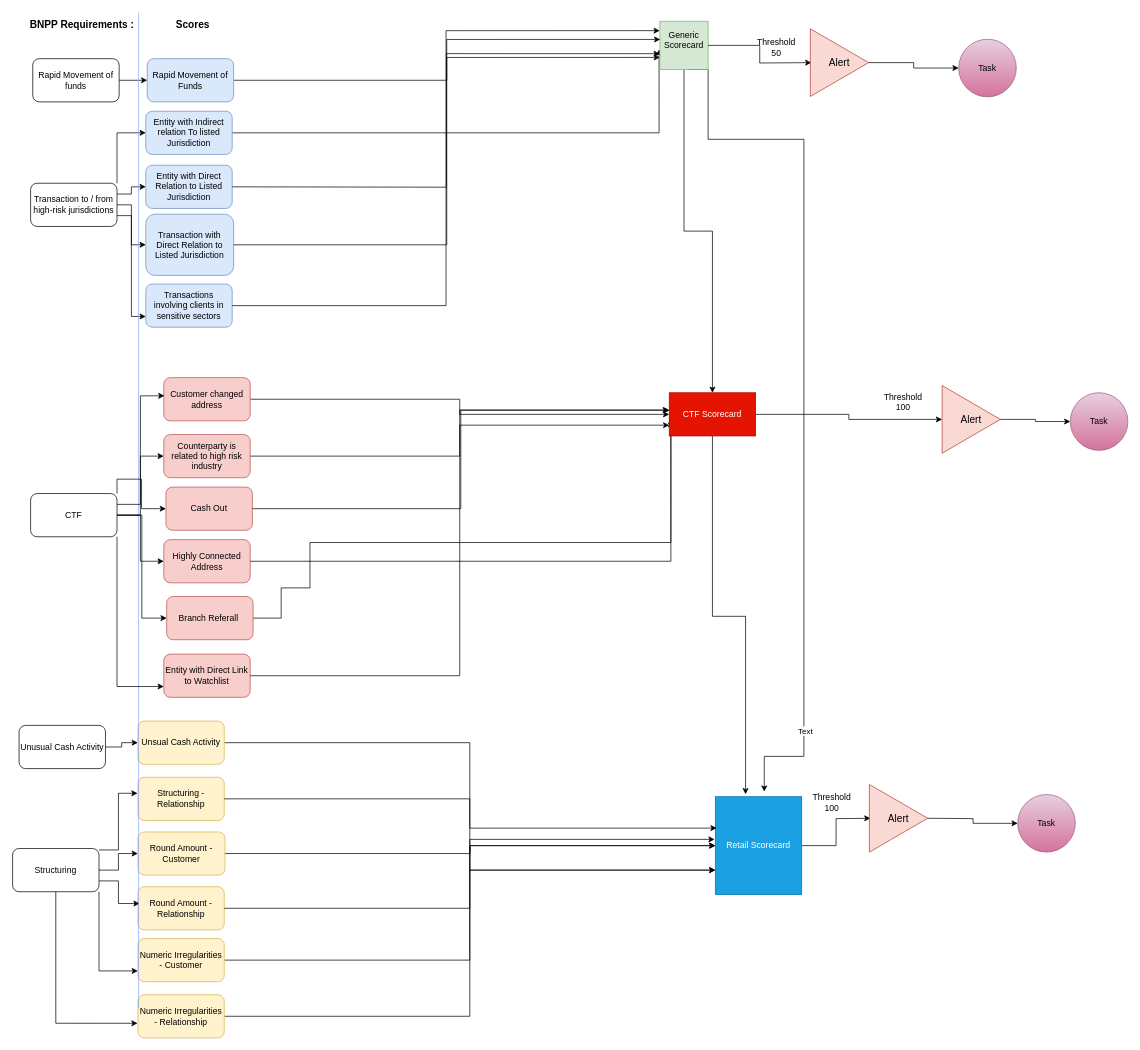
q-jonathanzenouda/Customers keeps this draw.io diagram as Retail Scorecard.drawio. Above is the earlier version. Source tidied: cells renumbered, new cells numbered last; positions are measured from the earlier drawing's top-left corner, leaving out a move shared by most shapes. Both pictures are drawn from the tidied source at 72%, with x=0, y=0 at pixel (12, 12).
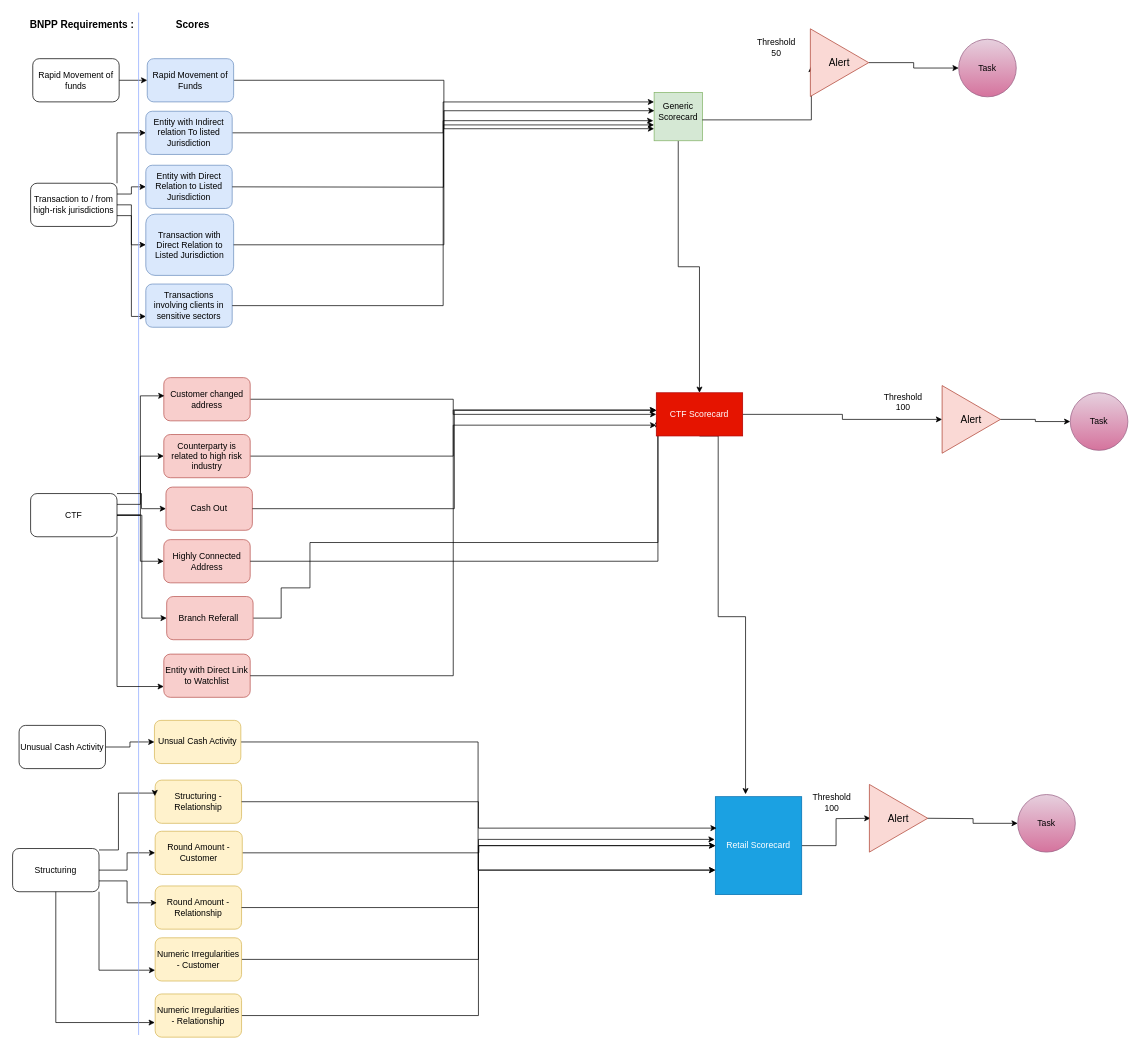
Above is the later version.

Commit message:
Mettre à jour Retail Scorecard.drawio

Unchanged cells that the change refers to:
```xml
<mxCell id="42" value="Retail Scorecard" style="rounded=0;whiteSpace=wrap;html=1;fillColor=#1ba1e2;strokeColor=#006EAF;fontColor=#ffffff;" parent="1" vertex="1">
  <mxGeometry x="976" y="1089" width="120" height="136" as="geometry" />
</mxCell>
<mxCell id="52" value="CTF" style="rounded=1;whiteSpace=wrap;html=1;" parent="1" vertex="1">
  <mxGeometry x="25" y="668" width="120" height="60" as="geometry" />
</mxCell>
<mxCell id="57" value="Cash Out" style="rounded=1;whiteSpace=wrap;html=1;fillColor=#f8cecc;strokeColor=#b85450;" parent="1" vertex="1">
  <mxGeometry x="213" y="659" width="120" height="60" as="geometry" />
</mxCell>
```

What changed in the source:
```diff
@@
-    <mxCell id="12" style="edgeStyle=orthogonalEdgeStyle;rounded=0;jettySize=auto;html=1;exitX=0.583;exitY=1;exitDx=0;exitDy=0;exitPerimeter=0;" parent="1" edge="1" source="15">
-      <mxGeometry relative="1" as="geometry">
-        <mxPoint x="1044" y="1082" as="targetPoint" />
-        <Array as="points">
-          <mxPoint x="966" y="176" />
-          <mxPoint x="1099" y="176" />
-          <mxPoint x="1099" y="1033" />
-          <mxPoint x="1044" y="1033" />
-        </Array>
-      </mxGeometry>
-    </mxCell>
-    <mxCell id="13" value="Text" style="edgeLabel;html=1;align=center;verticalAlign=middle;" parent="12" vertex="1">
-      <mxGeometry x="0.77" y="1" relative="1" as="geometry" />
-    </mxCell>
@@
     <mxCell id="15" value="Generic Scorecard&lt;br&gt;&lt;br&gt;" style="whiteSpace=wrap;html=1;fillColor=#d5e8d4;strokeColor=#82b366;" parent="1" vertex="1">
-      <mxGeometry x="899" y="12" width="67" height="67" as="geometry" />
+      <mxGeometry x="891" y="111" width="67" height="67" as="geometry" />
     </mxCell>
@@
     <mxCell id="20" value="Unsual Cash Activity" style="rounded=1;whiteSpace=wrap;html=1;fillColor=#fff2cc;strokeColor=#d6b656;" parent="1" vertex="1">
-      <mxGeometry x="174" y="984" width="120" height="60" as="geometry" />
+      <mxGeometry x="197" y="983" width="120" height="60" as="geometry" />
     </mxCell>
     <mxCell id="21" value="Structuring - Relationship" style="rounded=1;whiteSpace=wrap;html=1;fillColor=#fff2cc;strokeColor=#d6b656;" parent="1" vertex="1">
-      <mxGeometry x="174" y="1062" width="120" height="60" as="geometry" />
+      <mxGeometry x="198" y="1066" width="120" height="60" as="geometry" />
     </mxCell>
@@
     <mxCell id="23" value="Round Amount - Customer" style="rounded=1;whiteSpace=wrap;html=1;fillColor=#fff2cc;strokeColor=#d6b656;" parent="1" vertex="1">
-      <mxGeometry x="174" y="1138" width="121" height="60" as="geometry" />
+      <mxGeometry x="198" y="1137" width="121" height="60" as="geometry" />
     </mxCell>
     <mxCell id="24" value="Round Amount - Relationship" style="rounded=1;whiteSpace=wrap;html=1;fillColor=#fff2cc;strokeColor=#d6b656;" parent="1" vertex="1">
-      <mxGeometry x="174" y="1214" width="120" height="60" as="geometry" />
+      <mxGeometry x="198" y="1213" width="120" height="60" as="geometry" />
     </mxCell>
@@
     <mxCell id="26" value="Numeric Irregularities - Customer" style="rounded=1;whiteSpace=wrap;html=1;fillColor=#fff2cc;strokeColor=#d6b656;" parent="1" vertex="1">
-      <mxGeometry x="174" y="1286" width="120" height="60" as="geometry" />
+      <mxGeometry x="198" y="1285" width="120" height="60" as="geometry" />
     </mxCell>
@@
     <mxCell id="28" value="Numeric Irregularities - Relationship" style="rounded=1;whiteSpace=wrap;html=1;fillColor=#fff2cc;strokeColor=#d6b656;" parent="1" vertex="1">
-      <mxGeometry x="174" y="1364" width="120" height="60" as="geometry" />
+      <mxGeometry x="198" y="1363" width="120" height="60" as="geometry" />
     </mxCell>
@@
     <mxCell id="46" style="endArrow=none;html=1;rounded=0;strokeColor=#8CA7FF;" parent="1" edge="1">
       <mxGeometry relative="1" as="geometry">
-        <mxPoint x="175" y="1382" as="sourcePoint" />
+        <mxPoint x="175" y="1420" as="sourcePoint" />
         <mxPoint x="175" as="targetPoint" />
       </mxGeometry>
     </mxCell>
@@
     <mxCell id="49" style="edgeStyle=orthogonalEdgeStyle;rounded=0;jettySize=auto;html=1;exitX=1;exitY=0;exitDx=0;exitDy=0;entryX=0;entryY=0.5;entryDx=0;entryDy=0;" parent="1" edge="1" source="52" target="57">
-      <mxGeometry relative="1" as="geometry" />
+      <mxGeometry relative="1" as="geometry">
+        <Array as="points">
+          <mxPoint x="179" y="668" />
+          <mxPoint x="179" y="689" />
+        </Array>
+      </mxGeometry>
     </mxCell>
@@
     <mxCell id="70" style="edgeStyle=orthogonalEdgeStyle;rounded=0;jettySize=auto;html=1;exitX=0.5;exitY=1;exitDx=0;exitDy=0;entryX=0.35;entryY=-0.025;entryDx=0;entryDy=0;entryPerimeter=0;" parent="1" edge="1" source="71" target="42">
-      <mxGeometry relative="1" as="geometry" />
+      <mxGeometry relative="1" as="geometry">
+        <Array as="points">
+          <mxPoint x="980" y="588" />
+          <mxPoint x="980" y="839" />
+          <mxPoint x="1018" y="839" />
+        </Array>
+      </mxGeometry>
     </mxCell>
     <mxCell id="71" value="CTF Scorecard" style="rounded=0;whiteSpace=wrap;html=1;fillColor=#e51400;strokeColor=#B20000;fontColor=#ffffff;" parent="1" vertex="1">
-      <mxGeometry x="912" y="528" width="120" height="60" as="geometry" />
+      <mxGeometry x="894" y="528" width="120" height="60" as="geometry" />
     </mxCell>
@@
-    <mxCell id="74" style="edgeStyle=orthogonalEdgeStyle;rounded=0;jettySize=auto;html=1;exitX=1;exitY=0.5;exitDx=0;exitDy=0;" parent="1" edge="1" source="15">
+    <mxCell id="74" style="edgeStyle=orthogonalEdgeStyle;rounded=0;orthogonalLoop=1;jettySize=auto;html=1;exitX=1;exitY=0.5;exitDx=0;exitDy=0;" parent="1" edge="1">
       <mxGeometry relative="1" as="geometry">
-        <mxPoint x="1109.4" y="69.5" as="targetPoint" />
+        <mxPoint x="958" y="149" as="sourcePoint" />
+        <mxPoint x="1109.4" y="74" as="targetPoint" />
+        <Array as="points">
+          <mxPoint x="1109" y="149.5" />
+        </Array>
       </mxGeometry>
     </mxCell>
```
